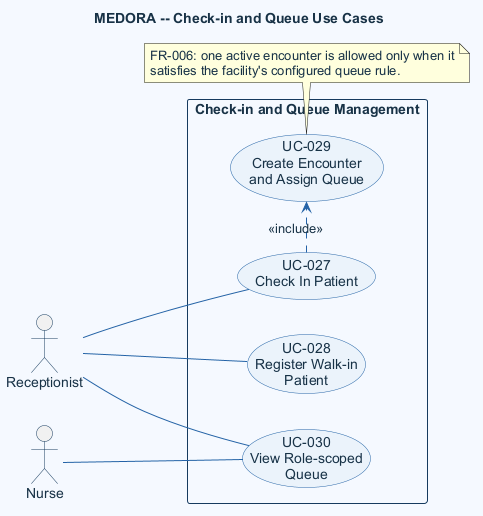
Before: doc/asset/03-system-requirements/use-case-by-function/appointment/figure/check-in-and-queue.png, a diagram exported from PlantUML (DucDung-1107/SysDes_2026.1_Group_08). The source it was exported from:
```plantuml
@startuml
title MEDORA -- Check-in and Queue Use Cases
left to right direction
skinparam shadowing false
skinparam defaultFontName Arial
skinparam defaultFontColor #183247
skinparam backgroundColor #F5F9FE
skinparam ArrowColor #2563A6
skinparam UsecaseBackgroundColor #EAF3FB
skinparam UsecaseBorderColor #2563A6
skinparam UsecaseFontColor #183247
skinparam ActorBorderColor #163A5F
skinparam ActorFontColor #183247
skinparam RectangleBackgroundColor #F5F9FE
skinparam RectangleBorderColor #163A5F

actor Receptionist as reception
actor Nurse as nurse

rectangle "Check-in and Queue Management" {
  usecase "UC-027\nCheck In Patient" as checkin
  usecase "UC-028\nRegister Walk-in\nPatient" as walkin
  usecase "UC-029\nCreate Encounter\nand Assign Queue" as queue
  usecase "UC-030\nView Role-scoped\nQueue" as viewQueue
}

reception -- checkin
reception -- walkin
reception -- viewQueue
nurse -- viewQueue

checkin .> queue : <<include>>

note bottom of queue
  FR-006: one active encounter is allowed only when it
  satisfies the facility's configured queue rule.
end note
@enduml
```
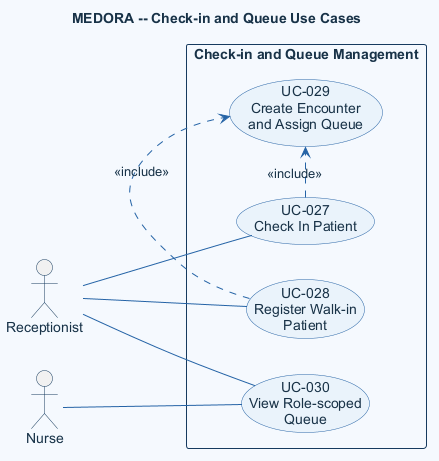
After the change.

Diff of the diagram source:
```diff
@@ -30,9 +30,6 @@
 nurse -- viewQueue
 
 checkin .> queue : <<include>>
+walkin .> queue : <<include>>
 
-note bottom of queue
-  FR-006: one active encounter is allowed only when it
-  satisfies the facility's configured queue rule.
-end note
 @enduml
```
